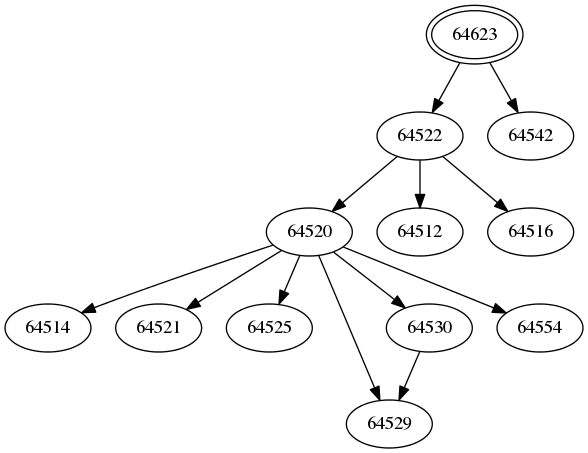
This is aspath/as64623.png from Flast/flast.github.io, a Graphviz export, as it was before one commit. Its source is kept beside it as aspath/as64623.gv. Its diagram source:
```dot
digraph paths {
  64623 [peripheries=2] ;

  64520 -> 64514 ;
  64520 -> 64521 ;
  64520 -> 64525 ;
  64520 -> 64529 ;
  64520 -> 64530 ;
  64520 -> 64554 ;
  64522 -> 64512 ;
  64522 -> 64516 ;
  64522 -> 64520 ;
  64530 -> 64529 ;
  64623 -> 64522 ;
  64623 -> 64542 ;
}
```
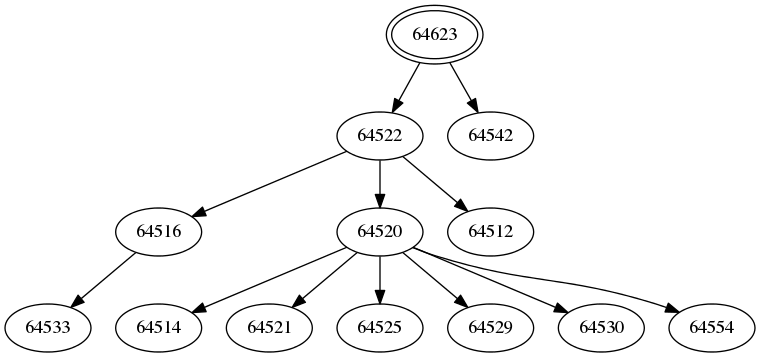
The same file after the commit.

Diff of the diagram source:
```diff
@@ -1,6 +1,7 @@
 digraph paths {
   64623 [peripheries=2] ;
 
+  64516 -> 64533 ;
   64520 -> 64514 ;
   64520 -> 64521 ;
   64520 -> 64525 ;
@@ -10,7 +11,6 @@
   64522 -> 64512 ;
   64522 -> 64516 ;
   64522 -> 64520 ;
-  64530 -> 64529 ;
   64623 -> 64522 ;
   64623 -> 64542 ;
 }
```
